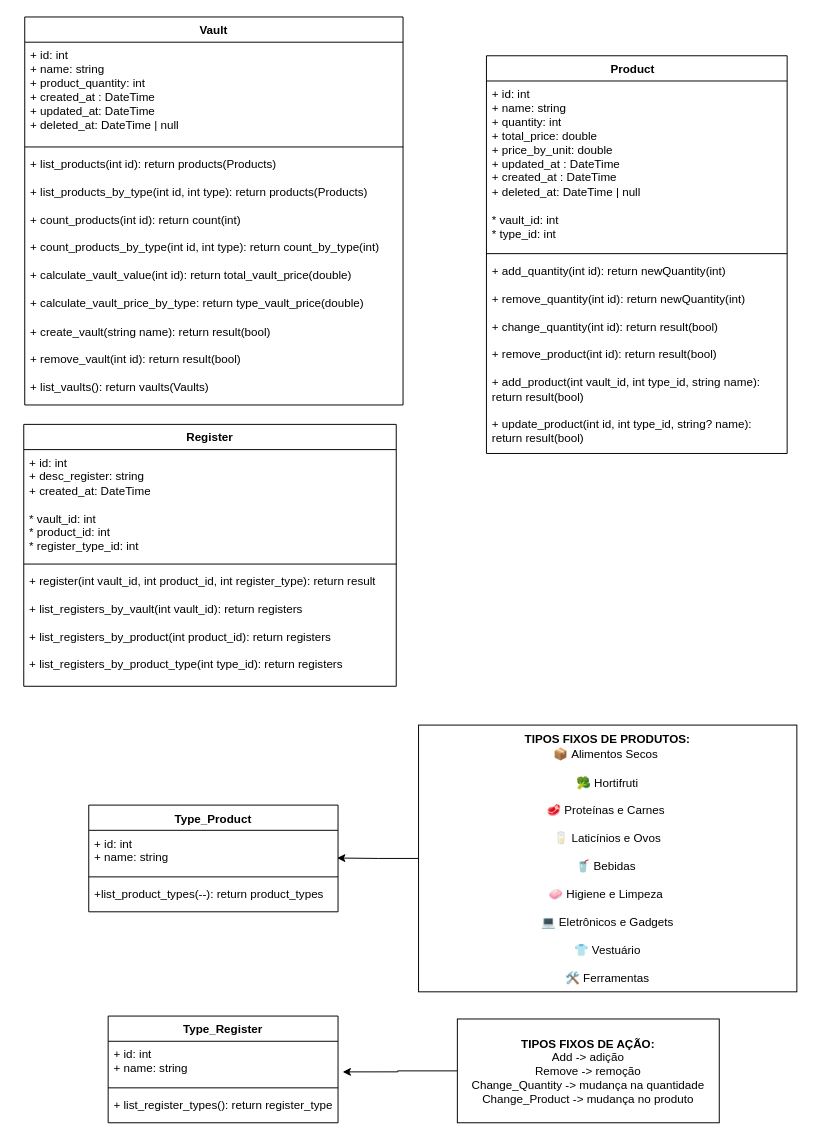
Above: VaultRoom.drawio in dev-joaovitor/vault-room (draw.io), before the change. Source tidied: cells renumbered, new cells numbered last; positions are measured from the earlier drawing's top-left corner, leaving out a move shared by most shapes. Both pictures are drawn from the tidied source at 97%, with x=0, y=0 at pixel (23, 16).
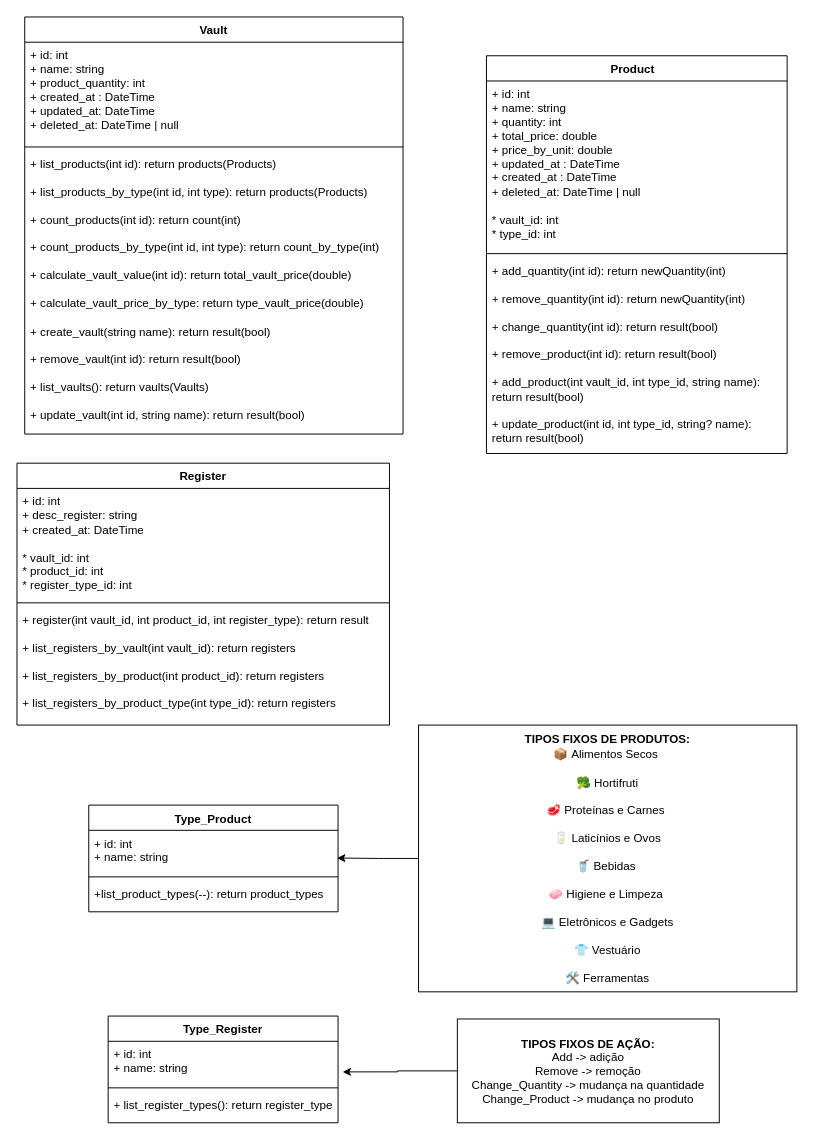
The same page after the edit.

Commit message:
docs(uml): add `update_vault` method to Vault

The edit, as a diff of the source:
```diff
@@
     <mxCell id="2" value="&lt;div&gt;Vault&lt;/div&gt;" style="swimlane;fontStyle=1;align=center;verticalAlign=top;horizontal=1;startSize=26;whiteSpace=wrap;html=1;" parent="1" vertex="1">
-      <mxGeometry x="1" width="390" height="400" as="geometry" />
+      <mxGeometry x="1" width="390" height="430" as="geometry" />
     </mxCell>
@@
-    <mxCell id="5" value="+ list_products(int id): return products(Products)&lt;div&gt;&lt;br&gt;&lt;div&gt;+ list_products_by_type(int id, int type): return products(Products)&lt;/div&gt;&lt;div&gt;&lt;br&gt;&lt;/div&gt;&lt;div&gt;+ count_products(int id): return count&lt;span style=&quot;background-color: transparent; color: light-dark(rgb(0, 0, 0), rgb(255, 255, 255));&quot;&gt;(int)&lt;/span&gt;&lt;/div&gt;&lt;div&gt;&lt;br&gt;&lt;/div&gt;&lt;div&gt;+ count_products_by_type(int id, int type): return count_by_type(int)&lt;/div&gt;&lt;div&gt;&lt;br&gt;&lt;/div&gt;&lt;div&gt;+ calculate_vault_value(int id): return total_vault_price(double)&lt;/div&gt;&lt;div&gt;&lt;br&gt;&lt;/div&gt;&lt;div&gt;+ calculate_vault_price_by_type: return type_vault_price(double)&lt;/div&gt;&lt;div&gt;&lt;br&gt;&lt;/div&gt;&lt;div&gt;+ create_vault(string name): return result&lt;span style=&quot;background-color: transparent; color: light-dark(rgb(0, 0, 0), rgb(255, 255, 255));&quot;&gt;(bool)&lt;/span&gt;&lt;/div&gt;&lt;div&gt;&lt;br&gt;&lt;/div&gt;&lt;div&gt;+ remove_vault(int id): return result&lt;span style=&quot;background-color: transparent; color: light-dark(rgb(0, 0, 0), rgb(255, 255, 255));&quot;&gt;(bool)&lt;/span&gt;&lt;/div&gt;&lt;/div&gt;&lt;div&gt;&lt;span style=&quot;background-color: transparent; color: light-dark(rgb(0, 0, 0), rgb(255, 255, 255));&quot;&gt;&lt;br&gt;&lt;/span&gt;&lt;/div&gt;&lt;div&gt;+ list_vaults(): return vaults&lt;span style=&quot;color: light-dark(rgb(0, 0, 0), rgb(255, 255, 255)); background-color: transparent;&quot;&gt;(Vaults)&lt;/span&gt;&lt;span style=&quot;background-color: transparent; color: light-dark(rgb(0, 0, 0), rgb(255, 255, 255));&quot;&gt;&lt;/span&gt;&lt;/div&gt;" style="text;strokeColor=none;fillColor=none;align=left;verticalAlign=top;spacingLeft=4;spacingRight=4;overflow=hidden;whiteSpace=wrap;html=1;" parent="2" vertex="1">
-      <mxGeometry y="138" width="390" height="262" as="geometry" />
+    <mxCell id="5" value="+ list_products(int id): return products(Products)&lt;div&gt;&lt;br&gt;&lt;div&gt;+ list_products_by_type(int id, int type): return products(Products)&lt;/div&gt;&lt;div&gt;&lt;br&gt;&lt;/div&gt;&lt;div&gt;+ count_products(int id): return count&lt;span style=&quot;background-color: transparent; color: light-dark(rgb(0, 0, 0), rgb(255, 255, 255));&quot;&gt;(int)&lt;/span&gt;&lt;/div&gt;&lt;div&gt;&lt;br&gt;&lt;/div&gt;&lt;div&gt;+ count_products_by_type(int id, int type): return count_by_type(int)&lt;/div&gt;&lt;div&gt;&lt;br&gt;&lt;/div&gt;&lt;div&gt;+ calculate_vault_value(int id): return total_vault_price(double)&lt;/div&gt;&lt;div&gt;&lt;br&gt;&lt;/div&gt;&lt;div&gt;+ calculate_vault_price_by_type: return type_vault_price(double)&lt;/div&gt;&lt;div&gt;&lt;br&gt;&lt;/div&gt;&lt;div&gt;+ create_vault(string name): return result&lt;span style=&quot;background-color: transparent; color: light-dark(rgb(0, 0, 0), rgb(255, 255, 255));&quot;&gt;(bool)&lt;/span&gt;&lt;/div&gt;&lt;div&gt;&lt;br&gt;&lt;/div&gt;&lt;div&gt;+ remove_vault(int id): return result&lt;span style=&quot;background-color: transparent; color: light-dark(rgb(0, 0, 0), rgb(255, 255, 255));&quot;&gt;(bool)&lt;/span&gt;&lt;/div&gt;&lt;/div&gt;&lt;div&gt;&lt;span style=&quot;background-color: transparent; color: light-dark(rgb(0, 0, 0), rgb(255, 255, 255));&quot;&gt;&lt;br&gt;&lt;/span&gt;&lt;/div&gt;&lt;div&gt;+ list_vaults(): return vaults&lt;span style=&quot;color: light-dark(rgb(0, 0, 0), rgb(255, 255, 255)); background-color: transparent;&quot;&gt;(Vaults)&lt;/span&gt;&lt;span style=&quot;background-color: transparent; color: light-dark(rgb(0, 0, 0), rgb(255, 255, 255));&quot;&gt;&lt;/span&gt;&lt;/div&gt;&lt;div&gt;&lt;span style=&quot;color: light-dark(rgb(0, 0, 0), rgb(255, 255, 255)); background-color: transparent;&quot;&gt;&lt;br&gt;&lt;/span&gt;&lt;/div&gt;&lt;div&gt;+ update_vault(int id, string name): return result(bool)&lt;span style=&quot;color: light-dark(rgb(0, 0, 0), rgb(255, 255, 255)); background-color: transparent;&quot;&gt;&lt;/span&gt;&lt;/div&gt;" style="text;strokeColor=none;fillColor=none;align=left;verticalAlign=top;spacingLeft=4;spacingRight=4;overflow=hidden;whiteSpace=wrap;html=1;" parent="2" vertex="1">
+      <mxGeometry y="138" width="390" height="292" as="geometry" />
     </mxCell>
@@
     <mxCell id="14" value="&lt;div&gt;Register&lt;/div&gt;" style="swimlane;fontStyle=1;align=center;verticalAlign=top;horizontal=1;startSize=26;whiteSpace=wrap;html=1;" parent="1" vertex="1">
-      <mxGeometry y="420" width="384" height="270" as="geometry" />
+      <mxGeometry x="-7" y="460" width="384" height="270" as="geometry" />
     </mxCell>
```
